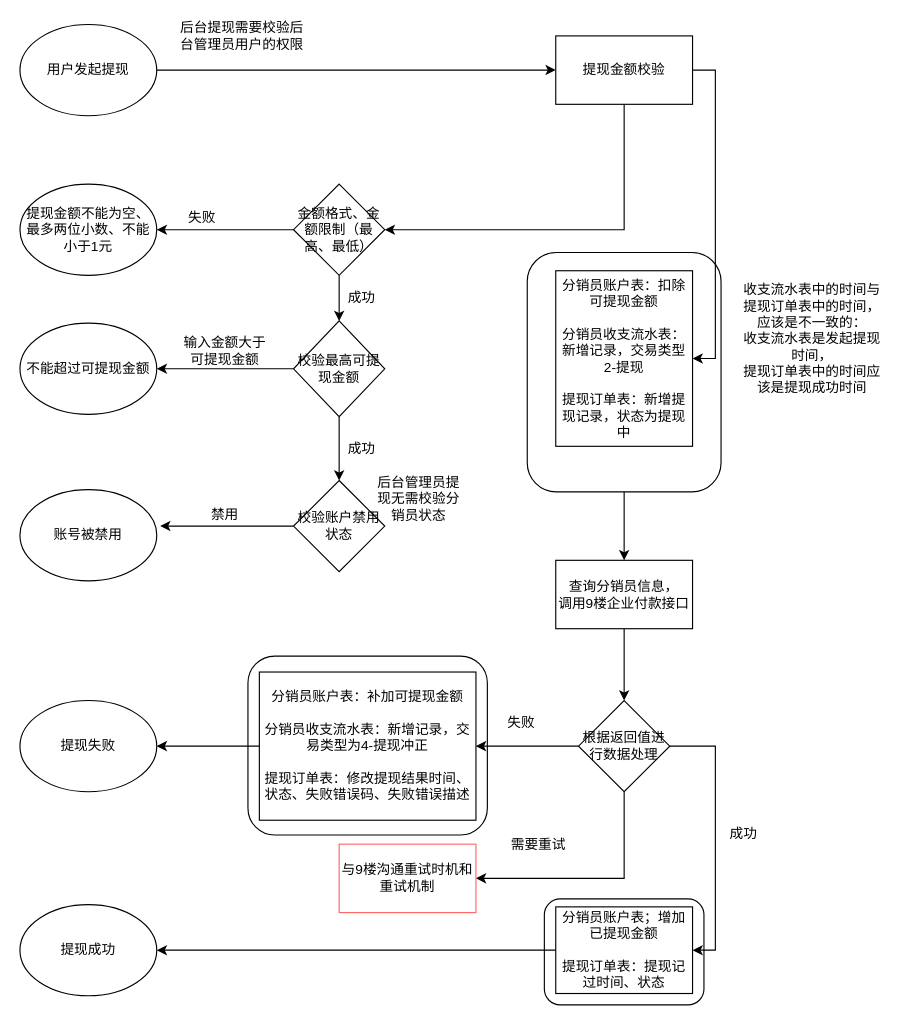
This is 杨妈二期分销员模块-提现流程图.drawio from dingchengyungit/drawio, a draw.io file, before an edit. Source tidied: cells renumbered, new cells numbered last; positions are measured from the earlier drawing's top-left corner, leaving out a move shared by most shapes. Both pictures are drawn from the tidied source at 114%, with x=0, y=0 at pixel (19, 24).
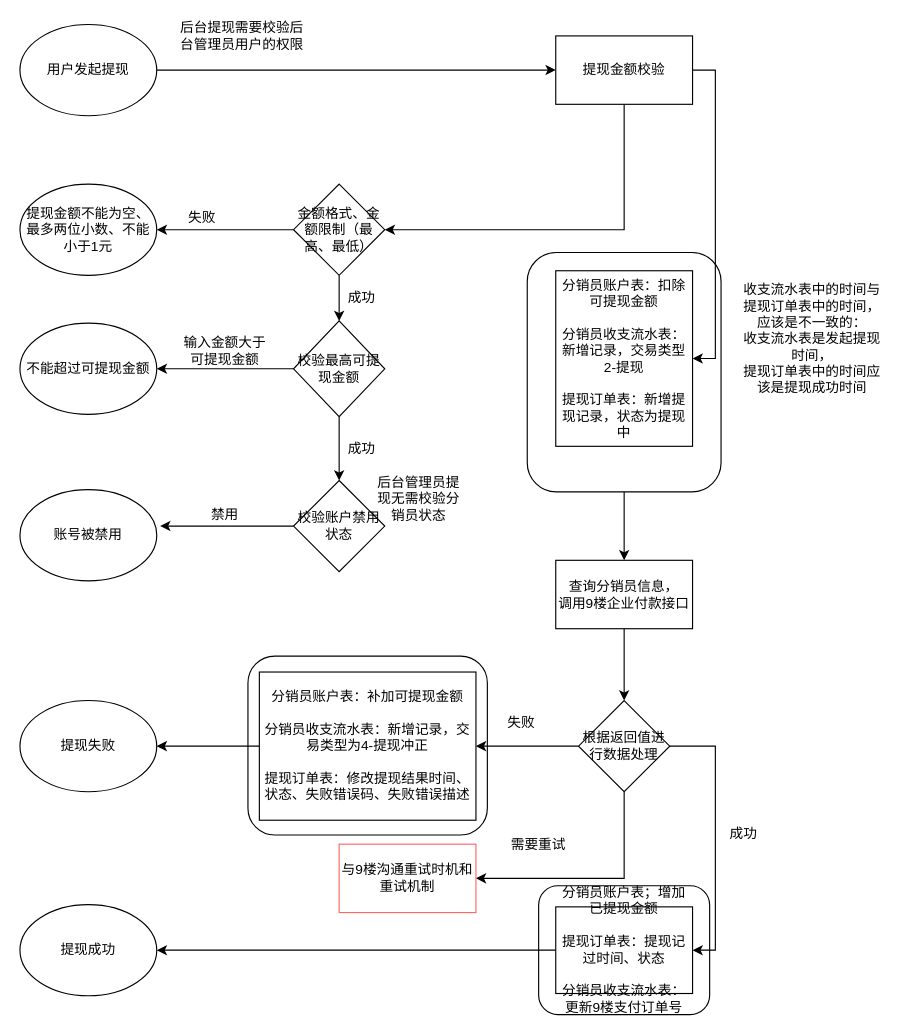
After the change.

Commit message:
更新杨妈二期分销员模块-提现流程图.drawio

Diff of the diagram source:
```diff
@@
     <mxCell id="2" style="rounded=1;whiteSpace=wrap;html=1;" parent="1" vertex="1">
-      <mxGeometry x="460" y="767" width="140" height="93" as="geometry" />
+      <mxGeometry x="455" y="755.5" width="150" height="113" as="geometry" />
     </mxCell>
@@
-    <mxCell id="38" value="分销员账户表；增加已提现金额&lt;br&gt;&lt;br&gt;提现订单表：提现记过时间、状态" style="rounded=0;whiteSpace=wrap;html=1;" parent="1" vertex="1">
+    <mxCell id="38" value="分销员账户表；增加已提现金额&lt;br&gt;&lt;br&gt;提现订单表：提现记过时间、状态&lt;br&gt;&lt;br&gt;分销员收支流水表：更新9楼支付订单号" style="rounded=0;whiteSpace=wrap;html=1;" parent="1" vertex="1">
       <mxGeometry x="470" y="774" width="120" height="76" as="geometry" />
     </mxCell>
```
